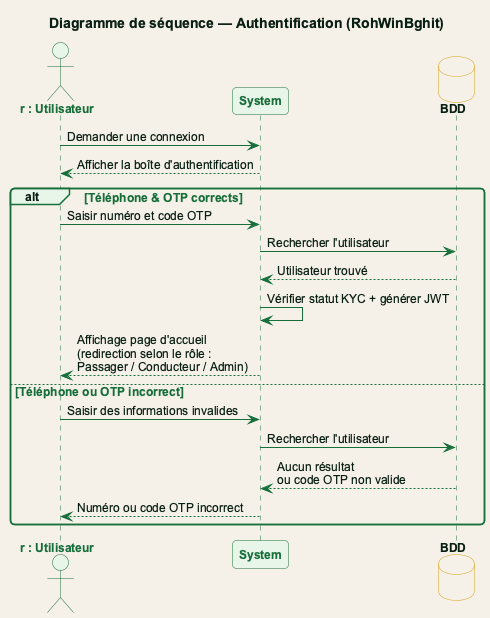
Above: figures/fig_sequence_authentification.png in Belhormamohamed13/Memiore_RohWinBghit (PlantUML), before the change. Source of this version:
```plantuml
@startuml fig_sequence_authentification
!include theme_rohwinbghit.puml

title Diagramme de séquence — Authentification (RohWinBghit)

actor "r : Utilisateur" as U
participant "System" as S
database "BDD" as DB

U -> S : Demander une connexion
S --> U : Afficher la boîte d'authentification

alt Téléphone & OTP corrects
  U -> S : Saisir numéro et code OTP
  S -> DB : Rechercher l'utilisateur
  DB --> S : Utilisateur trouvé
  S -> S : Vérifier statut KYC + générer JWT
  S --> U : Affichage page d'accueil\n(redirection selon le rôle :\nPassager / Conducteur / Admin)
else Téléphone ou OTP incorrect
  U -> S : Saisir des informations invalides
  S -> DB : Rechercher l'utilisateur
  DB --> S : Aucun résultat\nou code OTP non valide
  S --> U : Numéro ou code OTP incorrect
end

@enduml
```
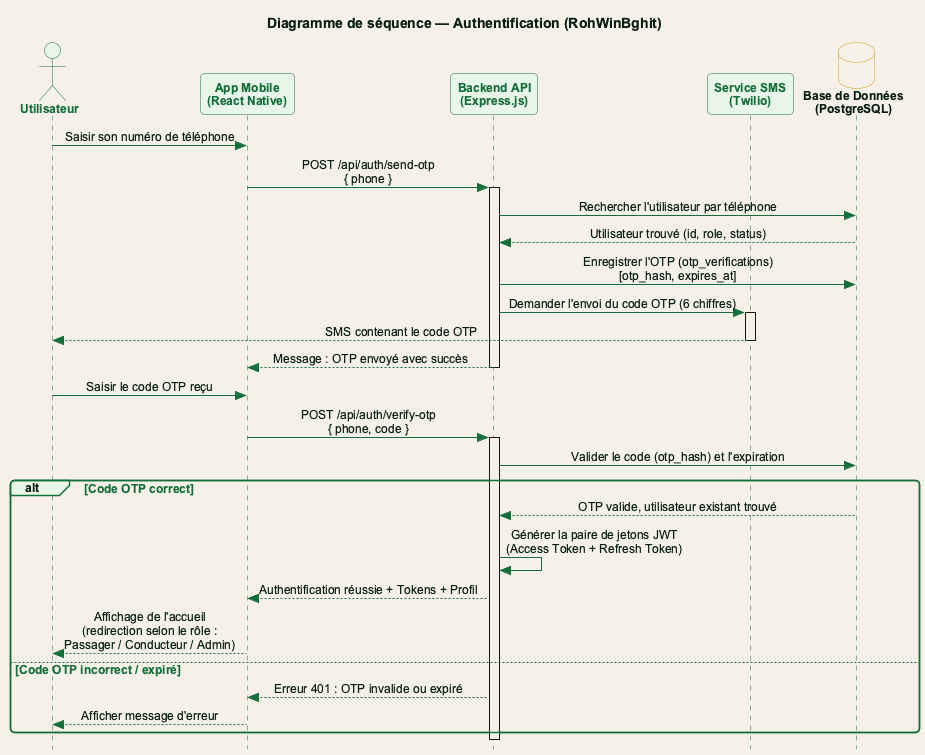
Above is the later version.

The edit, as a diff of the source:
```diff
@@ -1,26 +1,44 @@
 @startuml fig_sequence_authentification
 !include theme_rohwinbghit.puml
+skinparam style strictuml
+skinparam SequenceMessageAlignment center
 
 title Diagramme de séquence — Authentification (RohWinBghit)
 
-actor "r : Utilisateur" as U
-participant "System" as S
-database "BDD" as DB
+actor "Utilisateur" as U
+participant "App Mobile\n(React Native)" as App
+participant "Backend API\n(Express.js)" as API
+participant "Service SMS\n(Twilio)" as SMS
+database "Base de Données\n(PostgreSQL)" as DB
 
-U -> S : Demander une connexion
-S --> U : Afficher la boîte d'authentification
+U -> App : Saisir son numéro de téléphone
+App -> API : POST /api/auth/send-otp\n{ phone }
+activate API
 
-alt Téléphone & OTP corrects
-  U -> S : Saisir numéro et code OTP
-  S -> DB : Rechercher l'utilisateur
-  DB --> S : Utilisateur trouvé
-  S -> S : Vérifier statut KYC + générer JWT
-  S --> U : Affichage page d'accueil\n(redirection selon le rôle :\nPassager / Conducteur / Admin)
-else Téléphone ou OTP incorrect
-  U -> S : Saisir des informations invalides
-  S -> DB : Rechercher l'utilisateur
-  DB --> S : Aucun résultat\nou code OTP non valide
-  S --> U : Numéro ou code OTP incorrect
+API -> DB : Rechercher l'utilisateur par téléphone
+DB --> API : Utilisateur trouvé (id, role, status)
+API -> DB : Enregistrer l'OTP (otp_verifications)\n[otp_hash, expires_at]
+API -> SMS : Demander l'envoi du code OTP (6 chiffres)
+activate SMS
+SMS --> U : SMS contenant le code OTP
+deactivate SMS
+API --> App : Message : OTP envoyé avec succès
+deactivate API
+
+U -> App : Saisir le code OTP reçu
+App -> API : POST /api/auth/verify-otp\n{ phone, code }
+activate API
+
+API -> DB : Valider le code (otp_hash) et l'expiration
+alt Code OTP correct
+  DB --> API : OTP valide, utilisateur existant trouvé
+  API -> API : Générer la paire de jetons JWT\n(Access Token + Refresh Token)
+  API --> App : Authentification réussie + Tokens + Profil
+  App --> U : Affichage de l'accueil\n(redirection selon le rôle :\nPassager / Conducteur / Admin)
+else Code OTP incorrect / expiré
+  API --> App : Erreur 401 : OTP invalide ou expiré
+  App --> U : Afficher message d'erreur
 end
+deactivate API
 
 @enduml
```
